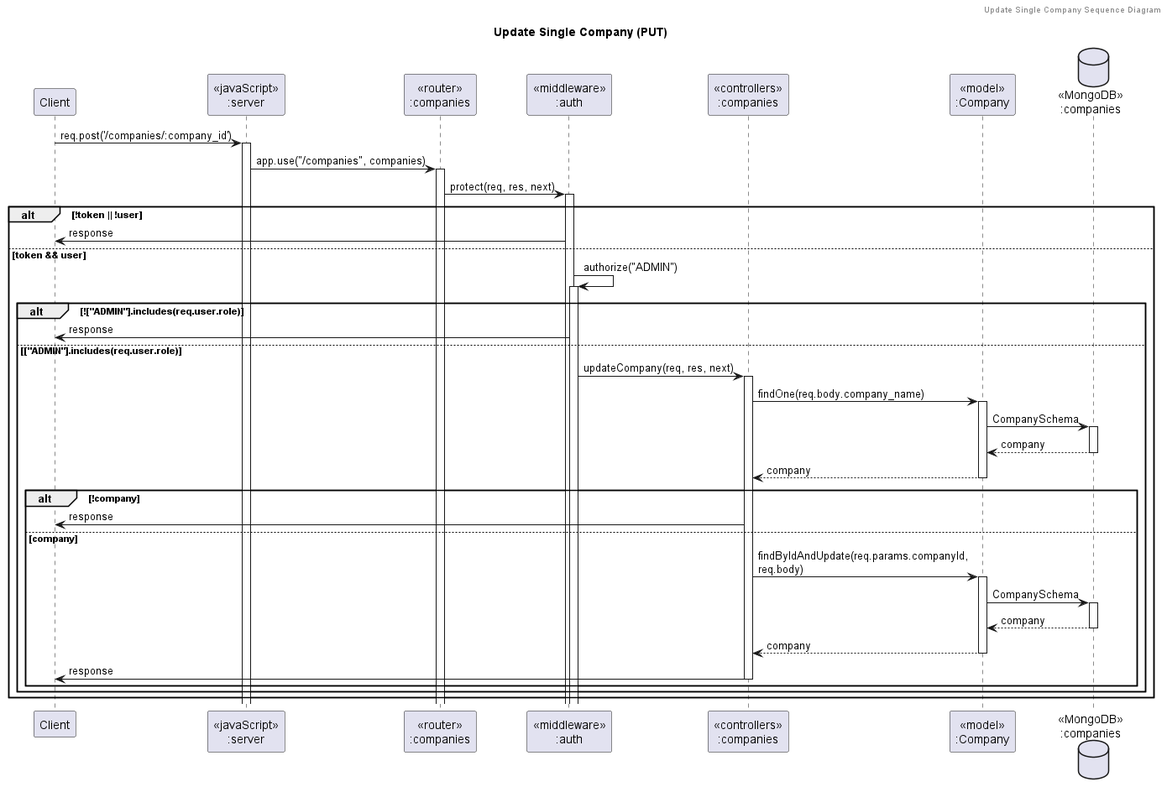
Earlier version of the PlantUML export out/diagrams/sequence_diagram/company/update_single_company/Update Single Company (PUT).png (its144prelationship-study/swdevprac-project).
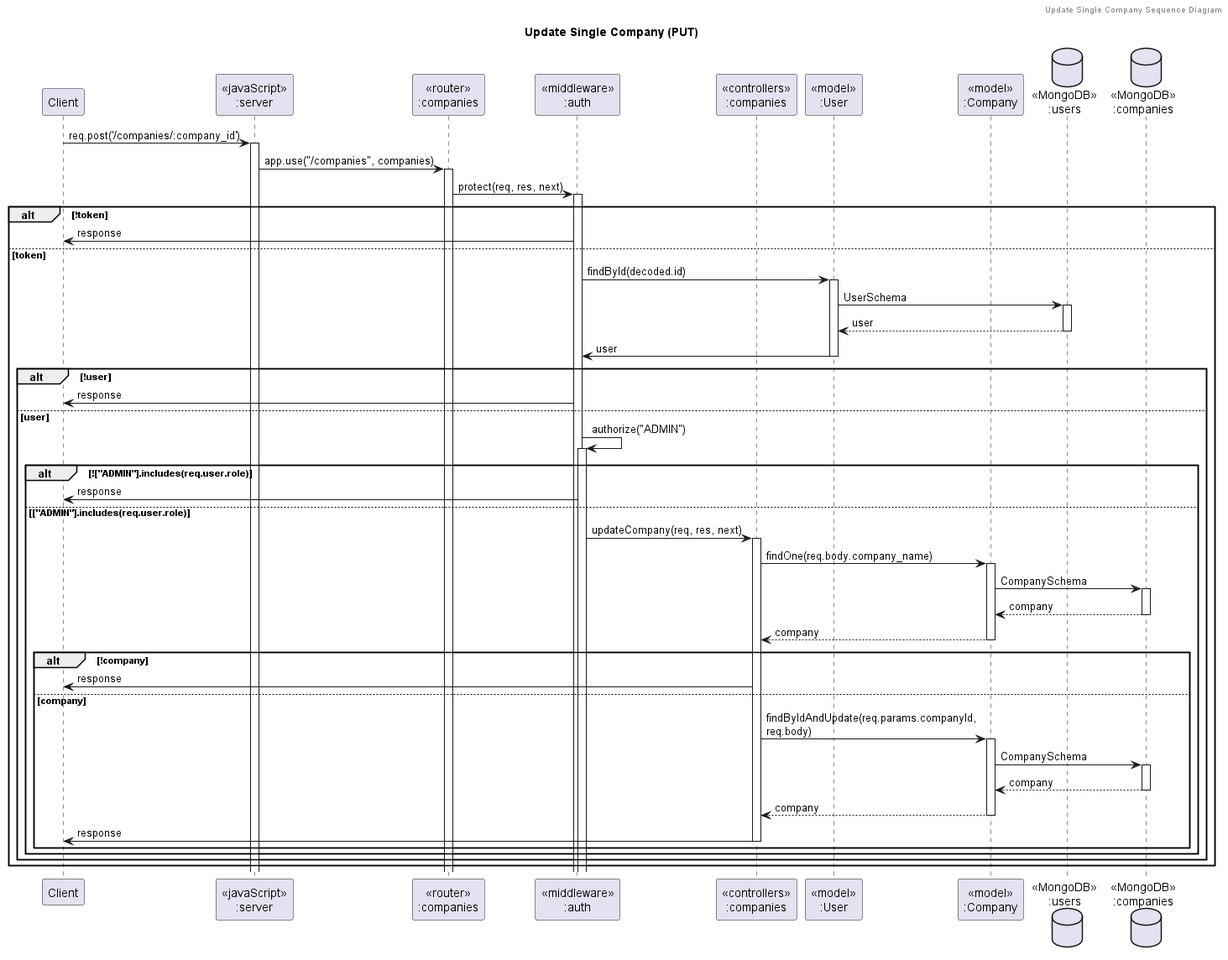
Later version of the same file.

The edit, as a diff of the source:
```diff
@@ -8,32 +8,42 @@
 participant "<<router>>\n:companies" as routerCompanies
 participant "<<middleware>>\n:auth" as authMiddleware
 participant "<<controllers>>\n:companies" as controllersCompanies
+participant "<<model>>\n:User" as modelUser
 participant "<<model>>\n:Company" as modelCompanies
+database "<<MongoDB>>\n:users" as UsersDatabase
 database "<<MongoDB>>\n:companies" as CompaniesDatabase
 
 client -> server ++:req.post('/companies/:company_id')
 server -> routerCompanies ++:app.use("/companies", companies)
 routerCompanies -> authMiddleware ++:protect(req, res, next)
-alt !token || !user
+alt !token
     authMiddleware -> client :response
-else token && user
-    authMiddleware -> authMiddleware ++:authorize("ADMIN")
-    alt !["ADMIN"].includes(req.user.role)
+else token
+    authMiddleware -> modelUser ++:findById(decoded.id)
+    modelUser -> UsersDatabase ++: UserSchema
+    UsersDatabase --> modelUser --: user
+    modelUser -> authMiddleware --: user
+    alt !user
         authMiddleware -> client :response
-    else ["ADMIN"].includes(req.user.role)
-        authMiddleware -> controllersCompanies ++:updateCompany(req, res, next)
-        controllersCompanies -> modelCompanies ++:findOne(req.body.company_name)
-        modelCompanies -> CompaniesDatabase ++: CompanySchema
-        CompaniesDatabase --> modelCompanies --: company
-        controllersCompanies <-- modelCompanies --: company
-        alt !company
-            controllersCompanies -> client : response
-        else company
-            controllersCompanies -> modelCompanies ++:findByIdAndUpdate(req.params.companyId,\nreq.body)
+    else user
+        authMiddleware -> authMiddleware ++:authorize("ADMIN")
+        alt !["ADMIN"].includes(req.user.role)
+            authMiddleware -> client :response
+        else ["ADMIN"].includes(req.user.role)
+            authMiddleware -> controllersCompanies ++:updateCompany(req, res, next)
+            controllersCompanies -> modelCompanies ++:findOne(req.body.company_name)
             modelCompanies -> CompaniesDatabase ++: CompanySchema
             CompaniesDatabase --> modelCompanies --: company
             controllersCompanies <-- modelCompanies --: company
-            controllersCompanies -> client --: response
+            alt !company
+                controllersCompanies -> client : response
+            else company
+                controllersCompanies -> modelCompanies ++:findByIdAndUpdate(req.params.companyId,\nreq.body)
+                modelCompanies -> CompaniesDatabase ++: CompanySchema
+                CompaniesDatabase --> modelCompanies --: company
+                controllersCompanies <-- modelCompanies --: company
+                controllersCompanies -> client --: response
+            end
         end
     end
 end
```
